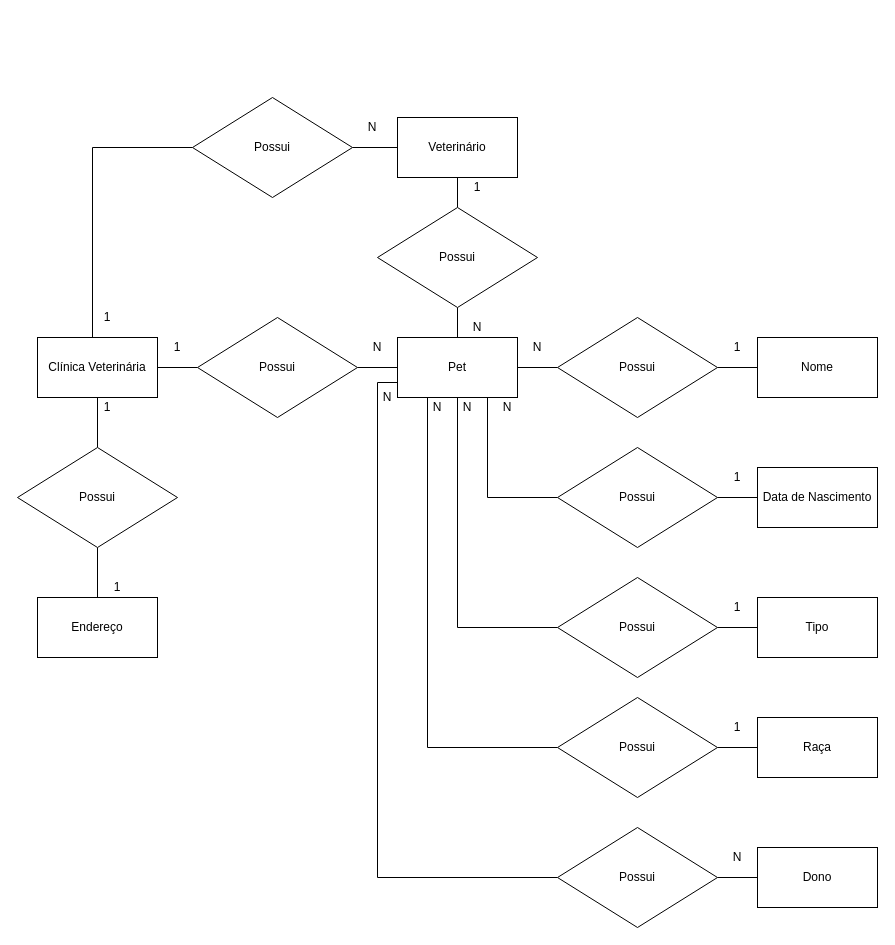
Earlier version of the draw.io diagram page "Conceitual" (1 of 2) of ClinicaVet/senai_sprint1_bdexercicios1.3.drawio (TailaFranco/Senai_sprint1_bd). Source tidied: cells renumbered, new cells numbered last; positions are measured from the earlier drawing's top-left corner, leaving out a move shared by most shapes. Both pictures are drawn from the tidied source at 100%, with x=0, y=0 at pixel (17, 97).
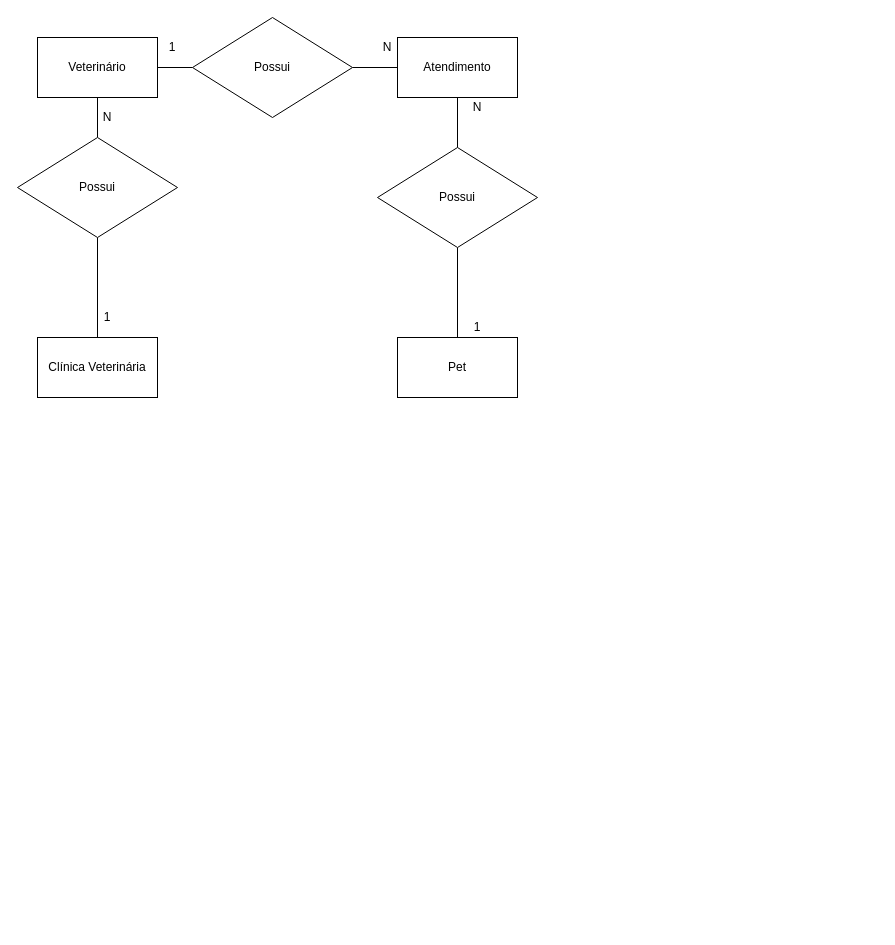
After the change.

Unchanged cells that the change refers to:
```xml
<mxCell id="7" value="Pet" style="rounded=0;whiteSpace=wrap;html=1;" parent="1" vertex="1">
  <mxGeometry x="380" y="240" width="120" height="60" as="geometry" />
</mxCell>
<mxCell id="36" value="Clínica Veterinária" style="rounded=0;whiteSpace=wrap;html=1;" parent="1" vertex="1">
  <mxGeometry x="20" y="240" width="120" height="60" as="geometry" />
</mxCell>
```

What changed in the source:
```diff
@@
-    <mxCell id="2" style="edgeStyle=orthogonalEdgeStyle;rounded=0;jettySize=auto;html=1;exitX=1;exitY=0.5;exitDx=0;exitDy=0;entryX=0;entryY=0.5;entryDx=0;entryDy=0;endArrow=none;endFill=0;" parent="1" edge="1" source="7" target="10">
-      <mxGeometry relative="1" as="geometry" />
-    </mxCell>
-    <mxCell id="3" style="edgeStyle=orthogonalEdgeStyle;rounded=0;jettySize=auto;html=1;exitX=1;exitY=0.5;exitDx=0;exitDy=0;endArrow=none;endFill=0;" parent="1" edge="1" source="7" target="18">
-      <mxGeometry relative="1" as="geometry">
-        <Array as="points">
-          <mxPoint x="440" y="530" />
-        </Array>
-      </mxGeometry>
-    </mxCell>
-    <mxCell id="4" style="edgeStyle=orthogonalEdgeStyle;rounded=0;jettySize=auto;html=1;exitX=0.75;exitY=1;exitDx=0;exitDy=0;entryX=0;entryY=0.5;entryDx=0;entryDy=0;endArrow=none;endFill=0;" parent="1" edge="1" source="7" target="15">
-      <mxGeometry relative="1" as="geometry" />
-    </mxCell>
-    <mxCell id="5" style="edgeStyle=orthogonalEdgeStyle;rounded=0;jettySize=auto;html=1;exitX=0.25;exitY=1;exitDx=0;exitDy=0;entryX=0;entryY=0.5;entryDx=0;entryDy=0;endArrow=none;endFill=0;" parent="1" edge="1" source="7" target="21">
-      <mxGeometry relative="1" as="geometry" />
-    </mxCell>
-    <mxCell id="6" style="edgeStyle=orthogonalEdgeStyle;rounded=0;jettySize=auto;html=1;exitX=0;exitY=0.75;exitDx=0;exitDy=0;entryX=0;entryY=0.5;entryDx=0;entryDy=0;endArrow=none;endFill=0;" parent="1" edge="1" source="7" target="24">
-      <mxGeometry relative="1" as="geometry" />
-    </mxCell>
@@
-    <mxCell id="8" value="Nome" style="rounded=0;whiteSpace=wrap;html=1;" parent="1" vertex="1">
-      <mxGeometry x="740" y="240" width="120" height="60" as="geometry" />
-    </mxCell>
-    <mxCell id="9" style="edgeStyle=orthogonalEdgeStyle;rounded=0;jettySize=auto;html=1;exitX=1;exitY=0.5;exitDx=0;exitDy=0;endArrow=none;endFill=0;" parent="1" edge="1" source="10" target="8">
-      <mxGeometry relative="1" as="geometry" />
-    </mxCell>
-    <mxCell id="10" value="Possui" style="rhombus;whiteSpace=wrap;html=1;" parent="1" vertex="1">
-      <mxGeometry x="540" y="220" width="160" height="100" as="geometry" />
-    </mxCell>
-    <mxCell id="11" value="N" style="text;html=1;strokeColor=none;fillColor=none;align=center;verticalAlign=middle;whiteSpace=wrap;rounded=0;" parent="1" vertex="1">
-      <mxGeometry x="500" y="240" width="40" height="20" as="geometry" />
-    </mxCell>
-    <mxCell id="12" value="1" style="text;html=1;strokeColor=none;fillColor=none;align=center;verticalAlign=middle;whiteSpace=wrap;rounded=0;" parent="1" vertex="1">
-      <mxGeometry x="700" y="240" width="40" height="20" as="geometry" />
-    </mxCell>
-    <mxCell id="13" value="Data de Nascimento" style="rounded=0;whiteSpace=wrap;html=1;" parent="1" vertex="1">
-      <mxGeometry x="740" y="370" width="120" height="60" as="geometry" />
-    </mxCell>
-    <mxCell id="14" style="edgeStyle=orthogonalEdgeStyle;rounded=0;jettySize=auto;html=1;exitX=1;exitY=0.5;exitDx=0;exitDy=0;endArrow=none;endFill=0;" parent="1" edge="1" source="15" target="13">
-      <mxGeometry relative="1" as="geometry" />
-    </mxCell>
-    <mxCell id="15" value="Possui" style="rhombus;whiteSpace=wrap;html=1;" parent="1" vertex="1">
-      <mxGeometry x="540" y="350" width="160" height="100" as="geometry" />
-    </mxCell>
-    <mxCell id="16" value="Tipo" style="rounded=0;whiteSpace=wrap;html=1;" parent="1" vertex="1">
-      <mxGeometry x="740" y="500" width="120" height="60" as="geometry" />
-    </mxCell>
-    <mxCell id="17" style="edgeStyle=orthogonalEdgeStyle;rounded=0;jettySize=auto;html=1;exitX=1;exitY=0.5;exitDx=0;exitDy=0;endArrow=none;endFill=0;" parent="1" edge="1" source="18" target="16">
-      <mxGeometry relative="1" as="geometry" />
-    </mxCell>
-    <mxCell id="18" value="Possui" style="rhombus;whiteSpace=wrap;html=1;" parent="1" vertex="1">
-      <mxGeometry x="540" y="480" width="160" height="100" as="geometry" />
-    </mxCell>
-    <mxCell id="19" value="Raça" style="rounded=0;whiteSpace=wrap;html=1;" parent="1" vertex="1">
-      <mxGeometry x="740" y="620" width="120" height="60" as="geometry" />
-    </mxCell>
-    <mxCell id="20" style="edgeStyle=orthogonalEdgeStyle;rounded=0;jettySize=auto;html=1;exitX=1;exitY=0.5;exitDx=0;exitDy=0;endArrow=none;endFill=0;" parent="1" edge="1" source="21" target="19">
-      <mxGeometry relative="1" as="geometry" />
-    </mxCell>
-    <mxCell id="21" value="Possui" style="rhombus;whiteSpace=wrap;html=1;" parent="1" vertex="1">
-      <mxGeometry x="540" y="600" width="160" height="100" as="geometry" />
-    </mxCell>
-    <mxCell id="22" value="Dono" style="rounded=0;whiteSpace=wrap;html=1;" parent="1" vertex="1">
-      <mxGeometry x="740" y="750" width="120" height="60" as="geometry" />
-    </mxCell>
-    <mxCell id="23" style="edgeStyle=orthogonalEdgeStyle;rounded=0;jettySize=auto;html=1;exitX=1;exitY=0.5;exitDx=0;exitDy=0;endArrow=none;endFill=0;" parent="1" edge="1" source="24" target="22">
-      <mxGeometry relative="1" as="geometry" />
-    </mxCell>
-    <mxCell id="24" value="Possui" style="rhombus;whiteSpace=wrap;html=1;" parent="1" vertex="1">
-      <mxGeometry x="540" y="730" width="160" height="100" as="geometry" />
-    </mxCell>
-    <mxCell id="25" value="1" style="text;html=1;strokeColor=none;fillColor=none;align=center;verticalAlign=middle;whiteSpace=wrap;rounded=0;" parent="1" vertex="1">
-      <mxGeometry x="700" y="370" width="40" height="20" as="geometry" />
-    </mxCell>
-    <mxCell id="26" value="N" style="text;html=1;strokeColor=none;fillColor=none;align=center;verticalAlign=middle;whiteSpace=wrap;rounded=0;" parent="1" vertex="1">
-      <mxGeometry x="470" y="300" width="40" height="20" as="geometry" />
-    </mxCell>
-    <mxCell id="27" value="1" style="text;html=1;strokeColor=none;fillColor=none;align=center;verticalAlign=middle;whiteSpace=wrap;rounded=0;" parent="1" vertex="1">
-      <mxGeometry x="700" y="500" width="40" height="20" as="geometry" />
-    </mxCell>
-    <mxCell id="28" value="N" style="text;html=1;strokeColor=none;fillColor=none;align=center;verticalAlign=middle;whiteSpace=wrap;rounded=0;" parent="1" vertex="1">
-      <mxGeometry x="430" y="300" width="40" height="20" as="geometry" />
-    </mxCell>
-    <mxCell id="29" value="1" style="text;html=1;strokeColor=none;fillColor=none;align=center;verticalAlign=middle;whiteSpace=wrap;rounded=0;" parent="1" vertex="1">
-      <mxGeometry x="700" y="620" width="40" height="20" as="geometry" />
-    </mxCell>
-    <mxCell id="30" value="N" style="text;html=1;strokeColor=none;fillColor=none;align=center;verticalAlign=middle;whiteSpace=wrap;rounded=0;" parent="1" vertex="1">
-      <mxGeometry x="700" y="750" width="40" height="20" as="geometry" />
-    </mxCell>
-    <mxCell id="31" value="N" style="text;html=1;strokeColor=none;fillColor=none;align=center;verticalAlign=middle;whiteSpace=wrap;rounded=0;" parent="1" vertex="1">
-      <mxGeometry x="400" y="300" width="40" height="20" as="geometry" />
-    </mxCell>
-    <mxCell id="32" value="N" style="text;html=1;strokeColor=none;fillColor=none;align=center;verticalAlign=middle;whiteSpace=wrap;rounded=0;" parent="1" vertex="1">
-      <mxGeometry x="350" y="290" width="40" height="20" as="geometry" />
-    </mxCell>
-    <mxCell id="33" style="edgeStyle=orthogonalEdgeStyle;rounded=0;jettySize=auto;html=1;endArrow=none;endFill=0;" parent="1" edge="1" source="36" target="38">
-      <mxGeometry relative="1" as="geometry" />
-    </mxCell>
-    <mxCell id="34" style="edgeStyle=orthogonalEdgeStyle;rounded=0;jettySize=auto;html=1;entryX=0;entryY=0.5;entryDx=0;entryDy=0;endArrow=none;endFill=0;" parent="1" edge="1" source="36" target="40">
-      <mxGeometry relative="1" as="geometry">
-        <Array as="points">
-          <mxPoint x="75" y="50" />
-        </Array>
-      </mxGeometry>
-    </mxCell>
-    <mxCell id="35" style="edgeStyle=orthogonalEdgeStyle;rounded=0;jettySize=auto;html=1;endArrow=none;endFill=0;" parent="1" edge="1" source="36" target="50">
-      <mxGeometry relative="1" as="geometry" />
-    </mxCell>
@@
-    <mxCell id="37" style="edgeStyle=orthogonalEdgeStyle;rounded=0;jettySize=auto;html=1;entryX=0;entryY=0.5;entryDx=0;entryDy=0;endArrow=none;endFill=0;" parent="1" edge="1" source="38" target="7">
-      <mxGeometry relative="1" as="geometry" />
-    </mxCell>
-    <mxCell id="38" value="Possui" style="rhombus;whiteSpace=wrap;html=1;" parent="1" vertex="1">
-      <mxGeometry x="180" y="220" width="160" height="100" as="geometry" />
-    </mxCell>
@@
+    <mxCell id="56" style="edgeStyle=orthogonalEdgeStyle;rounded=0;jettySize=auto;html=1;entryX=0.5;entryY=0;entryDx=0;entryDy=0;endArrow=none;endFill=0;" parent="1" edge="1" source="40" target="36">
+      <mxGeometry relative="1" as="geometry" />
+    </mxCell>
     <mxCell id="40" value="Possui" style="rhombus;whiteSpace=wrap;html=1;" parent="1" vertex="1">
-      <mxGeometry x="175" width="160" height="100" as="geometry" />
+      <mxGeometry y="40" width="160" height="100" as="geometry" />
     </mxCell>
-    <mxCell id="41" style="edgeStyle=orthogonalEdgeStyle;rounded=0;jettySize=auto;html=1;endArrow=none;endFill=0;" parent="1" edge="1" source="42" target="48">
-      <mxGeometry relative="1" as="geometry" />
-    </mxCell>
+    <mxCell id="57" style="edgeStyle=orthogonalEdgeStyle;rounded=0;jettySize=auto;html=1;endArrow=none;endFill=0;" parent="1" edge="1" source="42" target="63">
+      <mxGeometry relative="1" as="geometry" />
+    </mxCell>
     <mxCell id="42" value="Veterinário" style="rounded=0;whiteSpace=wrap;html=1;" parent="1" vertex="1">
-      <mxGeometry x="380" y="20" width="120" height="60" as="geometry" />
+      <mxGeometry x="20" y="-60" width="120" height="60" as="geometry" />
     </mxCell>
     <mxCell id="43" value="N" style="text;html=1;strokeColor=none;fillColor=none;align=center;verticalAlign=middle;whiteSpace=wrap;rounded=0;" parent="1" vertex="1">
-      <mxGeometry x="335" y="20" width="40" height="20" as="geometry" />
+      <mxGeometry x="70" y="10" width="40" height="20" as="geometry" />
     </mxCell>
@@
-    <mxCell id="45" value="N" style="text;html=1;strokeColor=none;fillColor=none;align=center;verticalAlign=middle;whiteSpace=wrap;rounded=0;" parent="1" vertex="1">
-      <mxGeometry x="340" y="240" width="40" height="20" as="geometry" />
-    </mxCell>
-    <mxCell id="46" value="1" style="text;html=1;strokeColor=none;fillColor=none;align=center;verticalAlign=middle;whiteSpace=wrap;rounded=0;" parent="1" vertex="1">
-      <mxGeometry x="140" y="240" width="40" height="20" as="geometry" />
-    </mxCell>
@@
     <mxCell id="48" value="Possui" style="rhombus;whiteSpace=wrap;html=1;" parent="1" vertex="1">
-      <mxGeometry x="360" y="110" width="160" height="100" as="geometry" />
+      <mxGeometry x="360" y="50" width="160" height="100" as="geometry" />
     </mxCell>
-    <mxCell id="49" style="edgeStyle=orthogonalEdgeStyle;rounded=0;jettySize=auto;html=1;endArrow=none;endFill=0;" parent="1" edge="1" source="50" target="51">
-      <mxGeometry relative="1" as="geometry" />
-    </mxCell>
-    <mxCell id="50" value="Possui" style="rhombus;whiteSpace=wrap;html=1;" parent="1" vertex="1">
-      <mxGeometry y="350" width="160" height="100" as="geometry" />
-    </mxCell>
-    <mxCell id="51" value="Endereço" style="rounded=0;whiteSpace=wrap;html=1;" parent="1" vertex="1">
-      <mxGeometry x="20" y="500" width="120" height="60" as="geometry" />
-    </mxCell>
-    <mxCell id="52" value="1" style="text;html=1;strokeColor=none;fillColor=none;align=center;verticalAlign=middle;whiteSpace=wrap;rounded=0;" parent="1" vertex="1">
-      <mxGeometry x="70" y="300" width="40" height="20" as="geometry" />
-    </mxCell>
-    <mxCell id="53" value="1" style="text;html=1;strokeColor=none;fillColor=none;align=center;verticalAlign=middle;whiteSpace=wrap;rounded=0;" parent="1" vertex="1">
-      <mxGeometry x="80" y="480" width="40" height="20" as="geometry" />
-    </mxCell>
-    <mxCell id="54" value="1" style="text;html=1;strokeColor=none;fillColor=none;align=center;verticalAlign=middle;whiteSpace=wrap;rounded=0;" parent="1" vertex="1">
-      <mxGeometry x="440" y="80" width="40" height="20" as="geometry" />
+    <mxCell id="54" value="N" style="text;html=1;strokeColor=none;fillColor=none;align=center;verticalAlign=middle;whiteSpace=wrap;rounded=0;" parent="1" vertex="1">
+      <mxGeometry x="440" width="40" height="20" as="geometry" />
     </mxCell>
-    <mxCell id="55" value="N" style="text;html=1;strokeColor=none;fillColor=none;align=center;verticalAlign=middle;whiteSpace=wrap;rounded=0;" parent="1" vertex="1">
+    <mxCell id="55" value="1" style="text;html=1;strokeColor=none;fillColor=none;align=center;verticalAlign=middle;whiteSpace=wrap;rounded=0;" parent="1" vertex="1">
       <mxGeometry x="440" y="220" width="40" height="20" as="geometry" />
     </mxCell>
+    <mxCell id="58" style="edgeStyle=orthogonalEdgeStyle;rounded=0;jettySize=auto;html=1;endArrow=none;endFill=0;" parent="1" edge="1" source="59" target="48">
+      <mxGeometry relative="1" as="geometry" />
+    </mxCell>
+    <mxCell id="59" value="Atendimento" style="rounded=0;whiteSpace=wrap;html=1;" parent="1" vertex="1">
+      <mxGeometry x="380" y="-60" width="120" height="60" as="geometry" />
+    </mxCell>
+    <mxCell id="60" value="1" style="text;html=1;strokeColor=none;fillColor=none;align=center;verticalAlign=middle;whiteSpace=wrap;rounded=0;" parent="1" vertex="1">
+      <mxGeometry x="135" y="-60" width="40" height="20" as="geometry" />
+    </mxCell>
+    <mxCell id="61" value="N" style="text;html=1;strokeColor=none;fillColor=none;align=center;verticalAlign=middle;whiteSpace=wrap;rounded=0;" parent="1" vertex="1">
+      <mxGeometry x="350" y="-60" width="40" height="20" as="geometry" />
+    </mxCell>
+    <mxCell id="62" style="edgeStyle=orthogonalEdgeStyle;rounded=0;jettySize=auto;html=1;entryX=0;entryY=0.5;entryDx=0;entryDy=0;endArrow=none;endFill=0;" parent="1" edge="1" source="63" target="59">
+      <mxGeometry relative="1" as="geometry" />
+    </mxCell>
+    <mxCell id="63" value="Possui" style="rhombus;whiteSpace=wrap;html=1;" parent="1" vertex="1">
+      <mxGeometry x="175" y="-80" width="160" height="100" as="geometry" />
+    </mxCell>
```
